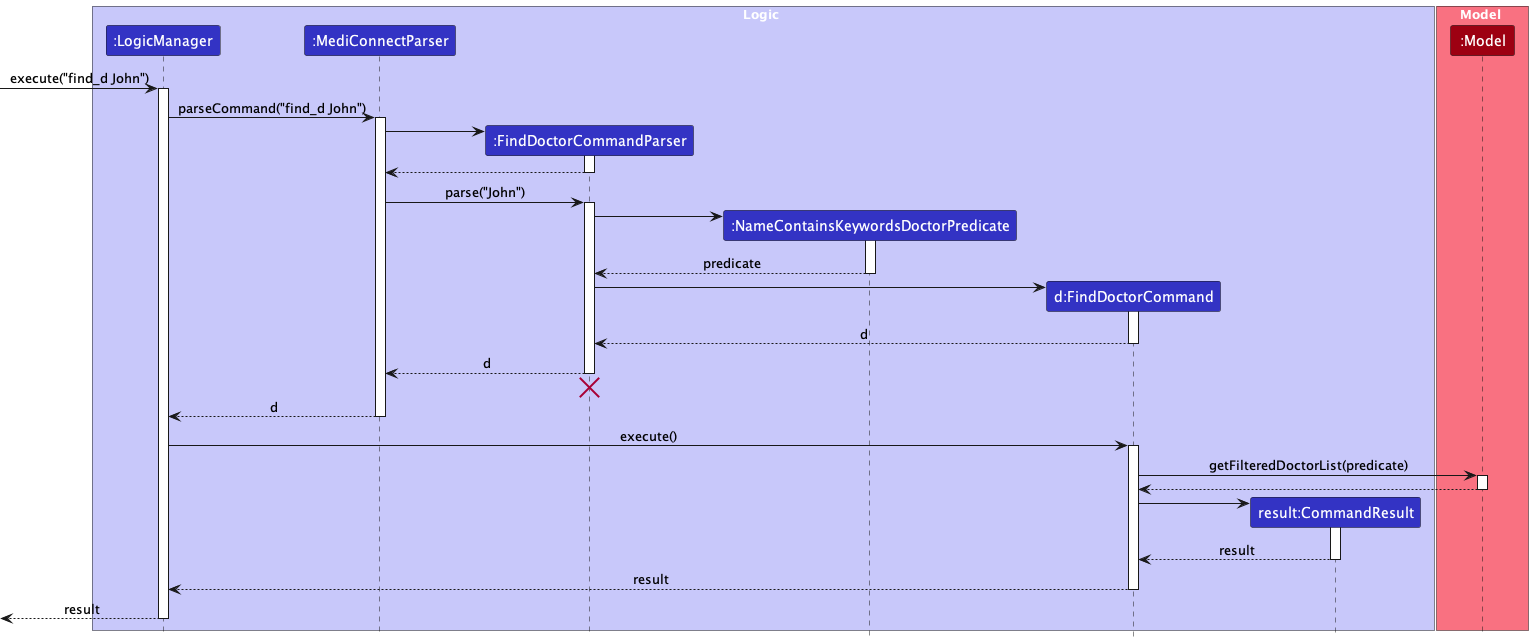
Earlier version of the PlantUML export docs/images/FindDoctorSequence.png (yanghengtang/tp).
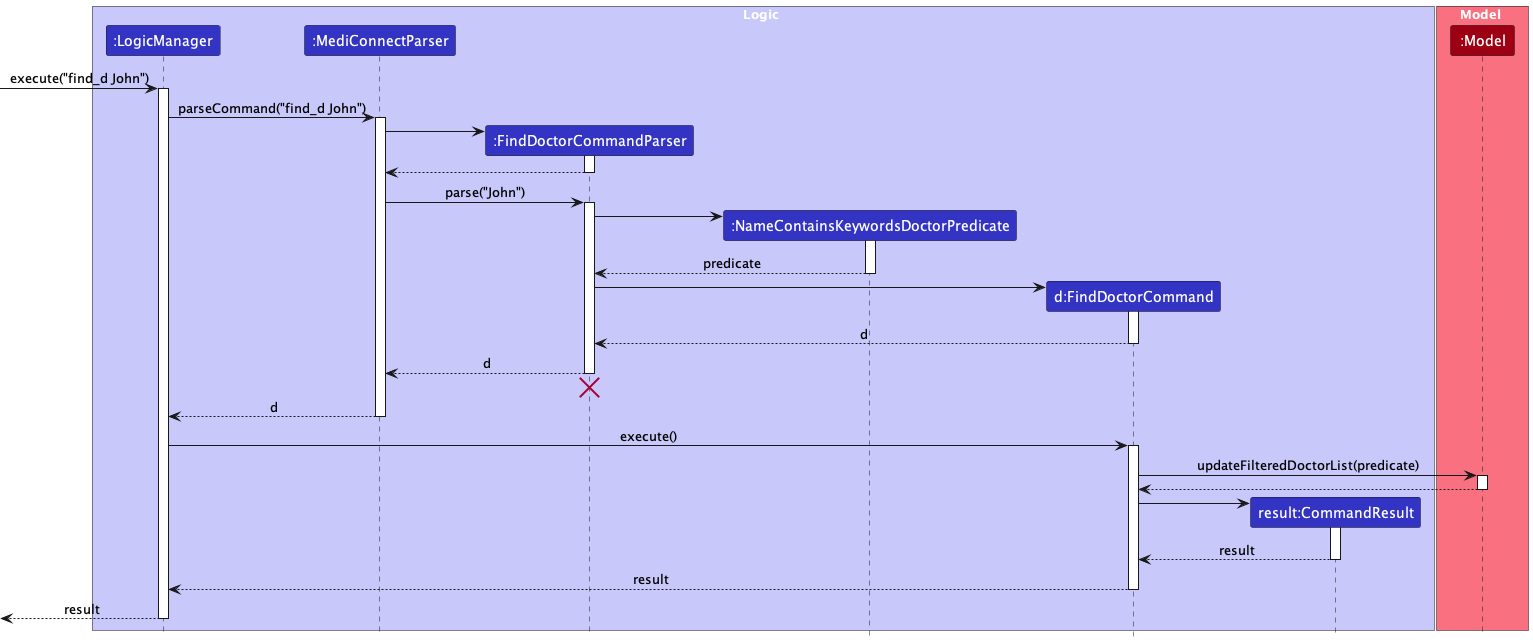
The same file after the commit.

Commit message:
Update FIndDoctorCommand uml

The edit, as a diff of the source:
```diff
@@ -58,7 +58,7 @@
 LogicManager -> FindDoctorCommand : execute()
 activate FindDoctorCommand
 
-FindDoctorCommand -> Model : getFilteredDoctorList(predicate)
+FindDoctorCommand -> Model : updateFilteredDoctorList(predicate)
 activate Model
 
 Model --> FindDoctorCommand
```
